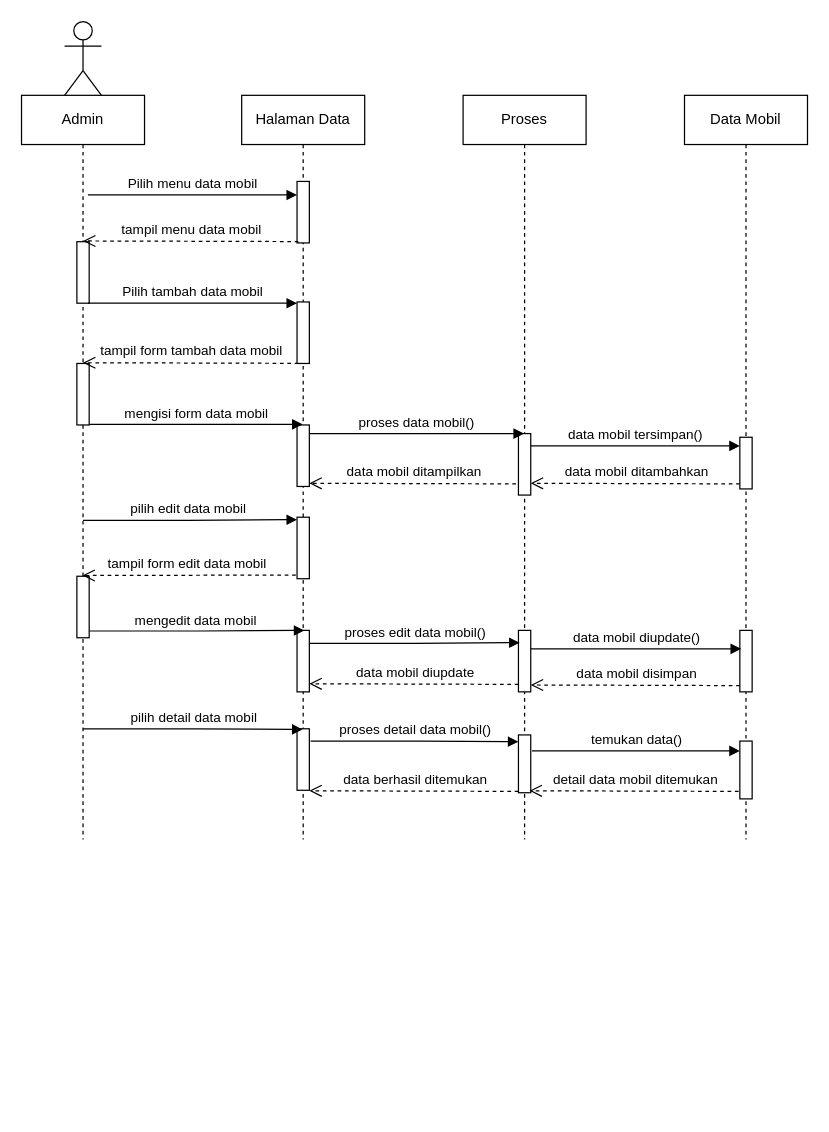
Above: page "Mengelola Data Mobil" (6 of 8) of Sequence.drawio in AstinaWahyuni/Proyek (draw.io), before the change. Source tidied: cells renumbered, new cells numbered last; positions are measured from the earlier drawing's top-left corner, leaving out a move shared by most shapes. Both pictures are drawn from the tidied source at 123%, with x=0, y=0 at pixel (21, 21).
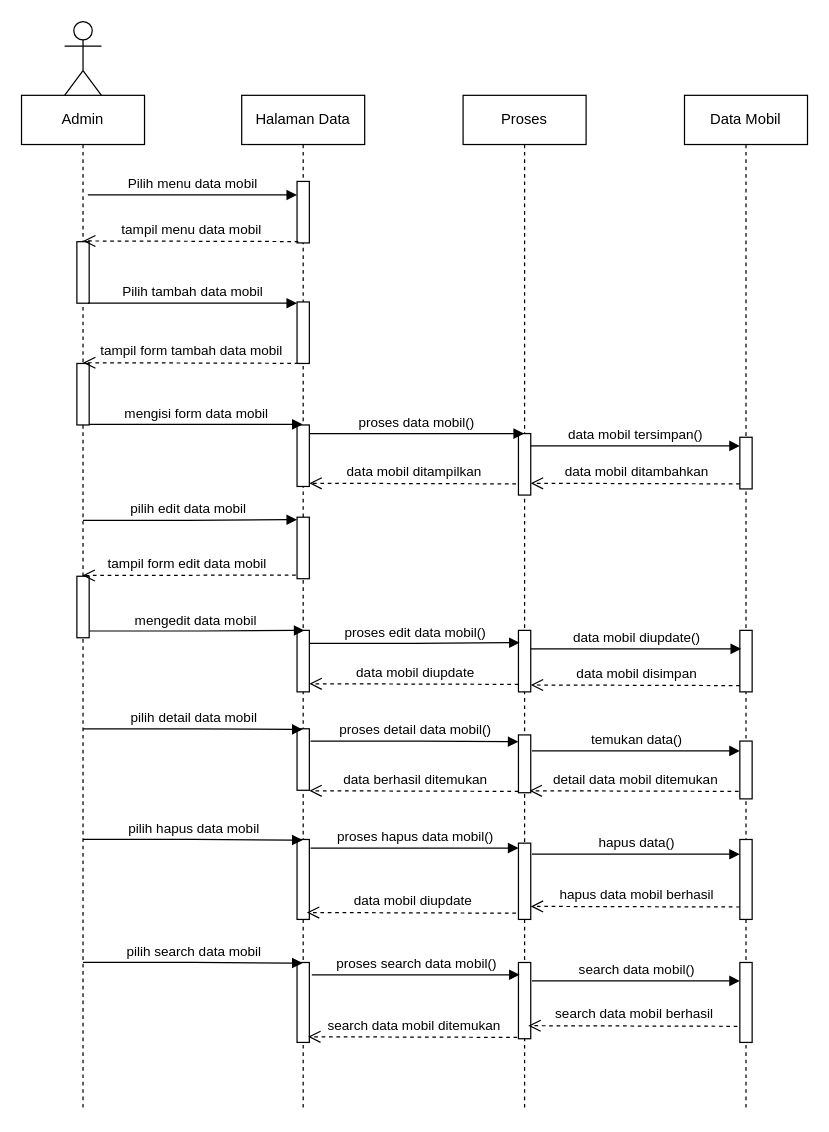
The same diagram, later.

Change to the diagram source:
```diff
@@
     <mxCell id="2" value="Halaman Data" style="shape=umlLifeline;perimeter=lifelinePerimeter;whiteSpace=wrap;html=1;outlineConnect=0;portConstraint=eastwest;newEdgeStyle={&quot;edgeStyle&quot;:&quot;elbowEdgeStyle&quot;,&quot;elbow&quot;:&quot;vertical&quot;,&quot;curved&quot;:0,&quot;rounded&quot;:0};" parent="1" vertex="1">
-      <mxGeometry x="179" y="60" width="100" height="605" as="geometry" />
+      <mxGeometry x="179" y="60" width="100" height="825" as="geometry" />
     </mxCell>
@@
+    <mxCell id="43" style="html=1;perimeter=orthogonalPerimeter;targetShapes=umlLifeline;newEdgeStyle={&quot;edgeStyle&quot;:&quot;elbowEdgeStyle&quot;,&quot;elbow&quot;:&quot;vertical&quot;,&quot;curved&quot;:0,&quot;rounded&quot;:0};" parent="2" vertex="1">
+      <mxGeometry x="45" y="605" width="10" height="65" as="geometry" />
+    </mxCell>
+    <mxCell id="44" style="html=1;perimeter=orthogonalPerimeter;targetShapes=umlLifeline;newEdgeStyle={&quot;edgeStyle&quot;:&quot;elbowEdgeStyle&quot;,&quot;elbow&quot;:&quot;vertical&quot;,&quot;curved&quot;:0,&quot;rounded&quot;:0};" parent="2" vertex="1">
+      <mxGeometry x="45" y="705" width="10" height="65" as="geometry" />
+    </mxCell>
     <mxCell id="9" value="Proses" style="shape=umlLifeline;perimeter=lifelinePerimeter;whiteSpace=wrap;html=1;outlineConnect=0;portConstraint=eastwest;newEdgeStyle={&quot;edgeStyle&quot;:&quot;elbowEdgeStyle&quot;,&quot;elbow&quot;:&quot;vertical&quot;,&quot;curved&quot;:0,&quot;rounded&quot;:0};" parent="1" vertex="1">
-      <mxGeometry x="359" y="60" width="100" height="605" as="geometry" />
+      <mxGeometry x="359" y="60" width="100" height="825" as="geometry" />
     </mxCell>
@@
+    <mxCell id="45" style="html=1;perimeter=orthogonalPerimeter;targetShapes=umlLifeline;newEdgeStyle={&quot;edgeStyle&quot;:&quot;elbowEdgeStyle&quot;,&quot;elbow&quot;:&quot;vertical&quot;,&quot;curved&quot;:0,&quot;rounded&quot;:0};" parent="9" vertex="1">
+      <mxGeometry x="45" y="608" width="10" height="62" as="geometry" />
+    </mxCell>
+    <mxCell id="46" style="html=1;perimeter=orthogonalPerimeter;targetShapes=umlLifeline;newEdgeStyle={&quot;edgeStyle&quot;:&quot;elbowEdgeStyle&quot;,&quot;elbow&quot;:&quot;vertical&quot;,&quot;curved&quot;:0,&quot;rounded&quot;:0};" parent="9" vertex="1">
+      <mxGeometry x="45" y="705" width="10" height="62" as="geometry" />
+    </mxCell>
     <mxCell id="13" value="Data Mobil" style="shape=umlLifeline;perimeter=lifelinePerimeter;whiteSpace=wrap;html=1;newEdgeStyle={&quot;edgeStyle&quot;:&quot;elbowEdgeStyle&quot;,&quot;elbow&quot;:&quot;vertical&quot;,&quot;curved&quot;:0,&quot;rounded&quot;:0};" parent="1" vertex="1">
-      <mxGeometry x="539" y="60" width="100" height="605" as="geometry" />
+      <mxGeometry x="539" y="60" width="100" height="825" as="geometry" />
     </mxCell>
@@
+    <mxCell id="47" style="html=1;perimeter=orthogonalPerimeter;targetShapes=umlLifeline;newEdgeStyle={&quot;edgeStyle&quot;:&quot;elbowEdgeStyle&quot;,&quot;elbow&quot;:&quot;vertical&quot;,&quot;curved&quot;:0,&quot;rounded&quot;:0};" parent="13" vertex="1">
+      <mxGeometry x="45" y="605" width="10" height="65" as="geometry" />
+    </mxCell>
+    <mxCell id="48" style="html=1;perimeter=orthogonalPerimeter;targetShapes=umlLifeline;newEdgeStyle={&quot;edgeStyle&quot;:&quot;elbowEdgeStyle&quot;,&quot;elbow&quot;:&quot;vertical&quot;,&quot;curved&quot;:0,&quot;rounded&quot;:0};" parent="13" vertex="1">
+      <mxGeometry x="45" y="705" width="10" height="65" as="geometry" />
+    </mxCell>
@@
     <mxCell id="18" value="Admin" style="shape=umlLifeline;perimeter=lifelinePerimeter;whiteSpace=wrap;html=1;outlineConnect=0;portConstraint=eastwest;newEdgeStyle={&quot;edgeStyle&quot;:&quot;elbowEdgeStyle&quot;,&quot;elbow&quot;:&quot;vertical&quot;,&quot;curved&quot;:0,&quot;rounded&quot;:0};" parent="1" vertex="1">
-      <mxGeometry y="60" width="100" height="605" as="geometry" />
+      <mxGeometry y="60" width="100" height="825" as="geometry" />
     </mxCell>
@@
+    <mxCell id="49" value="pilih hapus data mobil" style="html=1;verticalAlign=bottom;endArrow=block;edgeStyle=elbowEdgeStyle;elbow=horizontal;curved=0;rounded=0;" parent="1" edge="1">
+      <mxGeometry relative="1" as="geometry">
+        <mxPoint x="50" y="665" as="sourcePoint" />
+        <mxPoint x="228.5" y="665.5" as="targetPoint" />
+        <Array as="points">
+          <mxPoint x="140" y="665.5" />
+        </Array>
+      </mxGeometry>
+    </mxCell>
+    <mxCell id="50" value="proses hapus data mobil()" style="html=1;verticalAlign=bottom;endArrow=block;edgeStyle=elbowEdgeStyle;elbow=horizontal;curved=0;rounded=0;" parent="1" edge="1">
+      <mxGeometry relative="1" as="geometry">
+        <mxPoint x="235" y="672" as="sourcePoint" />
+        <mxPoint x="404" y="672" as="targetPoint" />
+        <Array as="points">
+          <mxPoint x="325" y="672.5" />
+        </Array>
+      </mxGeometry>
+    </mxCell>
+    <mxCell id="51" value="hapus data()" style="html=1;verticalAlign=bottom;endArrow=block;edgeStyle=elbowEdgeStyle;elbow=horizontal;curved=0;rounded=0;" parent="1" edge="1">
+      <mxGeometry relative="1" as="geometry">
+        <mxPoint x="415" y="677" as="sourcePoint" />
+        <mxPoint x="584" y="677" as="targetPoint" />
+        <Array as="points">
+          <mxPoint x="505" y="677.5" />
+        </Array>
+      </mxGeometry>
+    </mxCell>
+    <mxCell id="52" value="hapus data mobil&amp;nbsp;berhasil" style="html=1;verticalAlign=bottom;endArrow=open;dashed=1;endSize=8;edgeStyle=elbowEdgeStyle;elbow=vertical;curved=0;rounded=0;" parent="1" edge="1">
+      <mxGeometry relative="1" as="geometry">
+        <mxPoint x="584" y="719.9" as="sourcePoint" />
+        <mxPoint x="414" y="719" as="targetPoint" />
+        <Array as="points">
+          <mxPoint x="602" y="719.4" />
+        </Array>
+      </mxGeometry>
+    </mxCell>
+    <mxCell id="53" value="data mobil&amp;nbsp;diupdate" style="html=1;verticalAlign=bottom;endArrow=open;dashed=1;endSize=8;edgeStyle=elbowEdgeStyle;elbow=vertical;curved=0;rounded=0;" parent="1" edge="1">
+      <mxGeometry relative="1" as="geometry">
+        <mxPoint x="402" y="724.9" as="sourcePoint" />
+        <mxPoint x="232" y="724" as="targetPoint" />
+        <Array as="points">
+          <mxPoint x="420" y="724.4" />
+        </Array>
+      </mxGeometry>
+    </mxCell>
+    <mxCell id="54" value="pilih search data mobil" style="html=1;verticalAlign=bottom;endArrow=block;edgeStyle=elbowEdgeStyle;elbow=horizontal;curved=0;rounded=0;" parent="1" edge="1">
+      <mxGeometry relative="1" as="geometry">
+        <mxPoint x="50" y="765" as="sourcePoint" />
+        <mxPoint x="228.5" y="765.5" as="targetPoint" />
+        <Array as="points">
+          <mxPoint x="140" y="765.5" />
+        </Array>
+      </mxGeometry>
+    </mxCell>
+    <mxCell id="55" value="proses search data mobil()" style="html=1;verticalAlign=bottom;endArrow=block;edgeStyle=elbowEdgeStyle;elbow=horizontal;curved=0;rounded=0;" parent="1" edge="1">
+      <mxGeometry relative="1" as="geometry">
+        <mxPoint x="236" y="775" as="sourcePoint" />
+        <mxPoint x="405" y="775" as="targetPoint" />
+        <Array as="points">
+          <mxPoint x="326" y="775.5" />
+        </Array>
+      </mxGeometry>
+    </mxCell>
+    <mxCell id="56" value="search data mobil()" style="html=1;verticalAlign=bottom;endArrow=block;edgeStyle=elbowEdgeStyle;elbow=horizontal;curved=0;rounded=0;" parent="1" edge="1">
+      <mxGeometry relative="1" as="geometry">
+        <mxPoint x="415" y="780" as="sourcePoint" />
+        <mxPoint x="584" y="780" as="targetPoint" />
+        <Array as="points">
+          <mxPoint x="505" y="780.5" />
+        </Array>
+      </mxGeometry>
+    </mxCell>
+    <mxCell id="57" value="search data mobil&amp;nbsp;berhasil" style="html=1;verticalAlign=bottom;endArrow=open;dashed=1;endSize=8;edgeStyle=elbowEdgeStyle;elbow=vertical;curved=0;rounded=0;" parent="1" edge="1">
+      <mxGeometry relative="1" as="geometry">
+        <mxPoint x="582" y="816.9" as="sourcePoint" />
+        <mxPoint x="412" y="816" as="targetPoint" />
+        <Array as="points">
+          <mxPoint x="600" y="816.4" />
+        </Array>
+      </mxGeometry>
+    </mxCell>
+    <mxCell id="58" value="search data mobil&amp;nbsp;ditemukan" style="html=1;verticalAlign=bottom;endArrow=open;dashed=1;endSize=8;edgeStyle=elbowEdgeStyle;elbow=vertical;curved=0;rounded=0;" parent="1" edge="1">
+      <mxGeometry relative="1" as="geometry">
+        <mxPoint x="403" y="825.9" as="sourcePoint" />
+        <mxPoint x="233" y="825" as="targetPoint" />
+        <Array as="points">
+          <mxPoint x="421" y="825.4" />
+        </Array>
+      </mxGeometry>
+    </mxCell>
```
